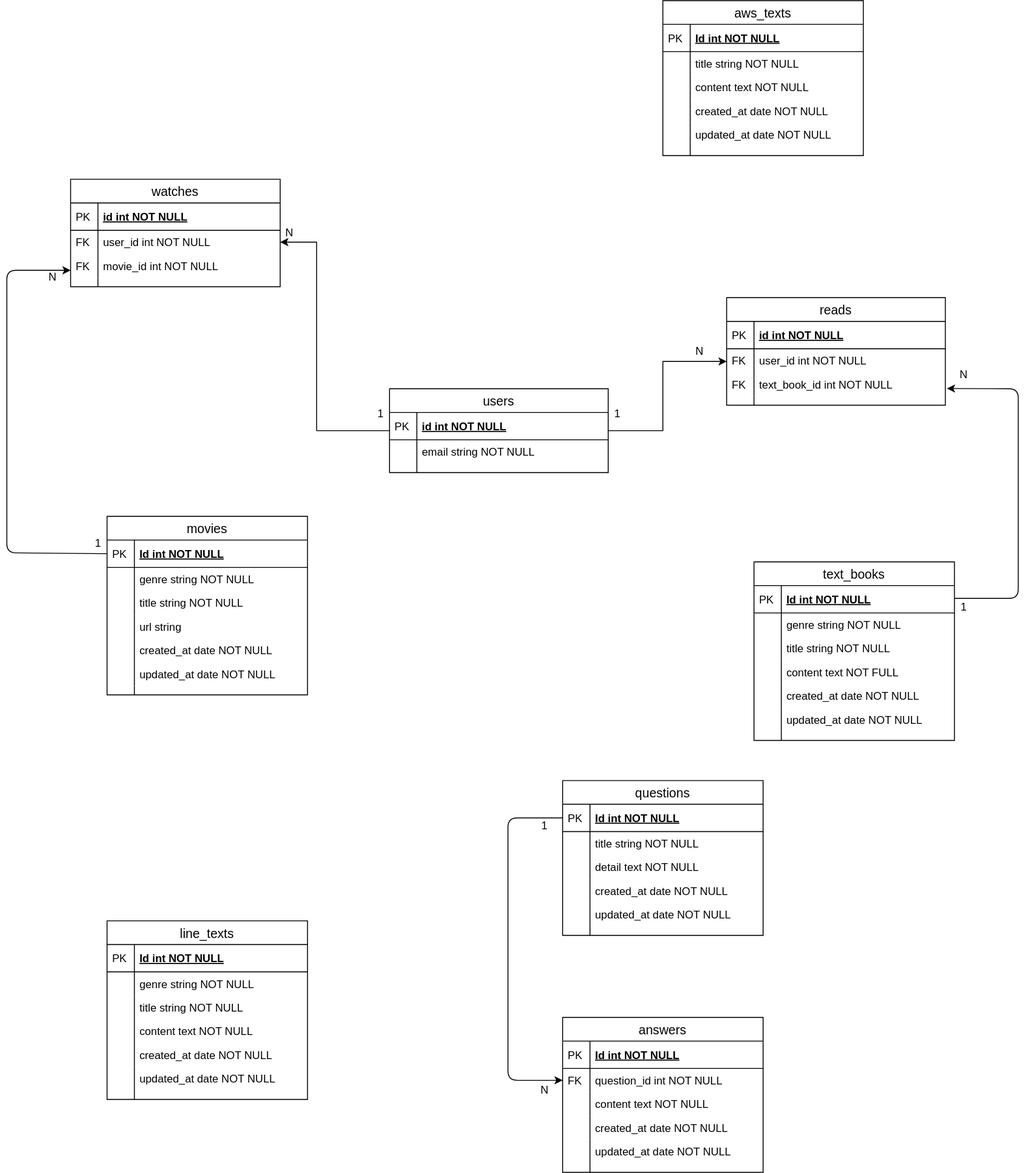
T-Tsujii/gyakuten_clone_group29 keeps this draw.io diagram as gyakuten_clone_app.svg. Above is the earlier version. Source tidied: cells renumbered, new cells last; positions are measured from the earlier drawing's top-left corner, leaving out a move shared by most shapes.
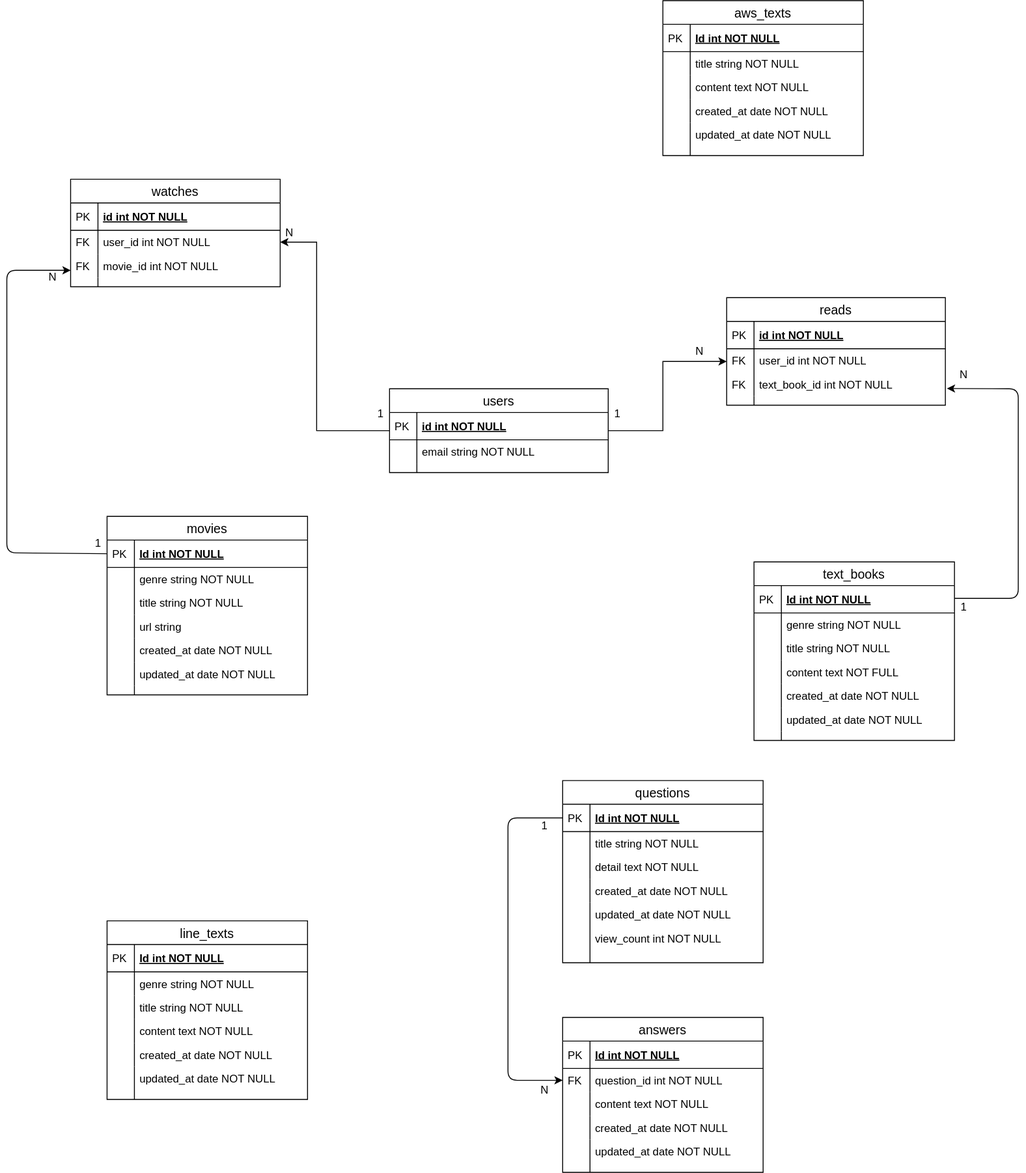
Later version of the same file.

Commit message:
Added a new column to the questions table.

Change to the diagram source:
```diff
@@ -48,7 +48,7 @@
       <mxGeometry width="30" height="10" as="geometry" />
     </mxCell>
     <mxCell id="17" value="questions" style="swimlane;fontStyle=0;horizontal=1;startSize=26;align=center;fontSize=14;" parent="1" vertex="1">
-      <mxGeometry x="610" y="856" width="220" height="170" as="geometry" />
+      <mxGeometry x="610" y="856" width="220" height="200" as="geometry" />
     </mxCell>
     <mxCell id="18" value="Id int NOT NULL" style="shape=partialRectangle;top=0;left=0;right=0;bottom=1;align=left;verticalAlign=middle;fillColor=none;spacingLeft=34;spacingRight=4;overflow=hidden;points=[[0,0.5],[1,0.5]];portConstraint=eastwest;fontStyle=5;fontSize=12;" parent="17" vertex="1">
       <mxGeometry y="26" width="220" height="30" as="geometry" />
@@ -80,8 +80,14 @@
     <mxCell id="27" style="shape=partialRectangle;top=0;left=0;bottom=0;fillColor=none;align=left;verticalAlign=top;spacingLeft=4;spacingRight=4;overflow=hidden;fontSize=12;" parent="26" vertex="1">
       <mxGeometry width="30" height="26" as="geometry" />
     </mxCell>
+    <mxCell id="126" value="view_count int NOT NULL" style="shape=partialRectangle;top=0;left=0;right=0;bottom=0;align=left;verticalAlign=top;fillColor=none;spacingLeft=34;spacingRight=4;overflow=hidden;fontSize=12;" parent="17" vertex="1">
+      <mxGeometry y="160" width="220" height="30" as="geometry" />
+    </mxCell>
+    <mxCell id="127" style="shape=partialRectangle;top=0;left=0;bottom=0;fillColor=none;align=left;verticalAlign=top;spacingLeft=4;spacingRight=4;overflow=hidden;fontSize=12;" parent="126" vertex="1">
+      <mxGeometry width="30" height="30" as="geometry" />
+    </mxCell>
     <mxCell id="28" style="shape=partialRectangle;top=0;left=0;right=0;bottom=0;align=left;verticalAlign=top;fillColor=none;spacingLeft=34;spacingRight=4;overflow=hidden;fontSize=12;" parent="17" vertex="1">
-      <mxGeometry y="160" width="220" height="10" as="geometry" />
+      <mxGeometry y="190" width="220" height="10" as="geometry" />
     </mxCell>
     <mxCell id="29" style="shape=partialRectangle;top=0;left=0;bottom=0;fillColor=none;align=left;verticalAlign=top;spacingLeft=4;spacingRight=4;overflow=hidden;fontSize=12;" parent="28" vertex="1">
       <mxGeometry width="30" height="10" as="geometry" />
```
